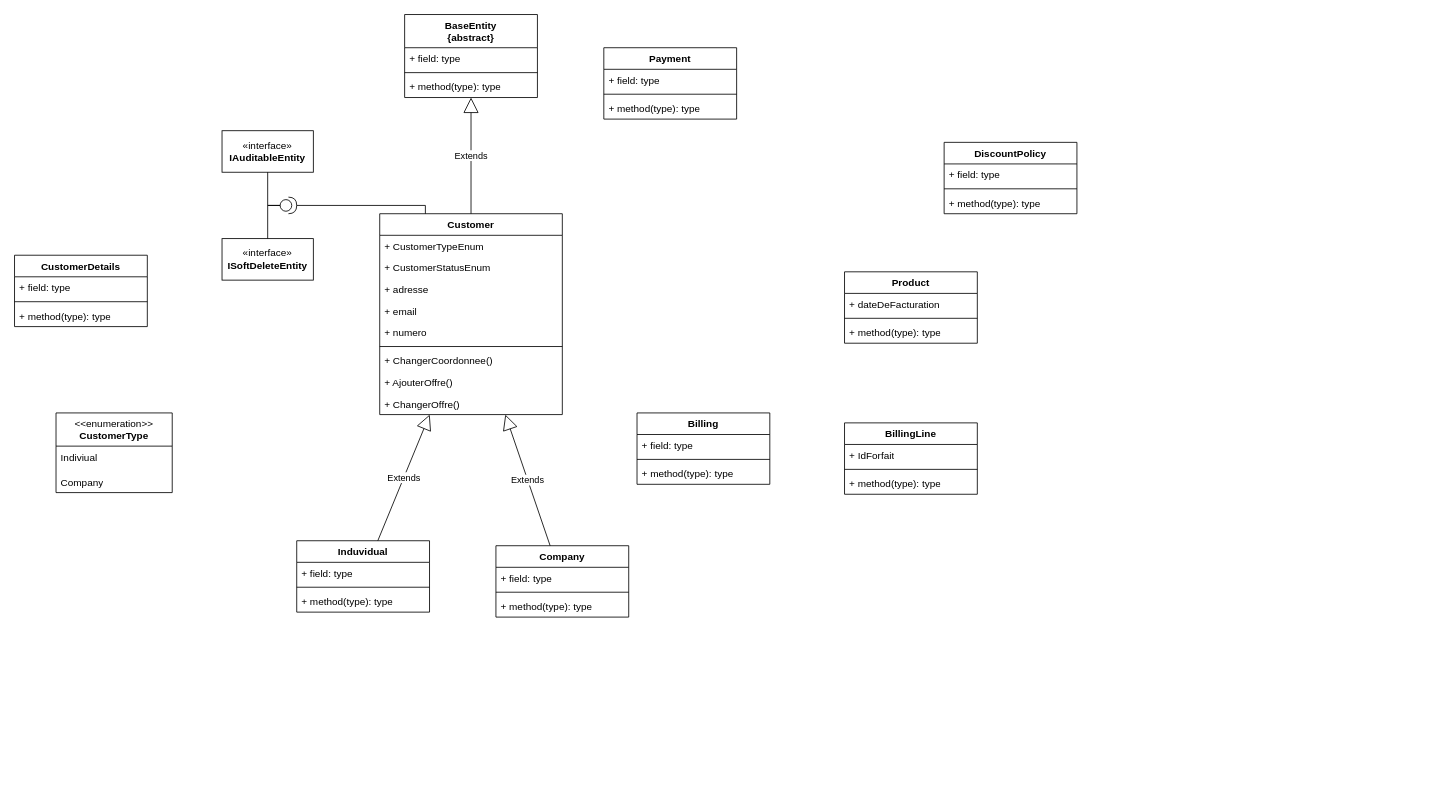
Before: page "Page-7" (7 of 7) of src/Diagrammes.drawio in Scholastien/MyApp, a draw.io diagram. Source tidied: cells renumbered, new cells numbered last; positions are measured from the earlier drawing's top-left corner, leaving out a move shared by most shapes. Both pictures are drawn from the tidied source at 83%, with x=0, y=0 at pixel (14, 14).
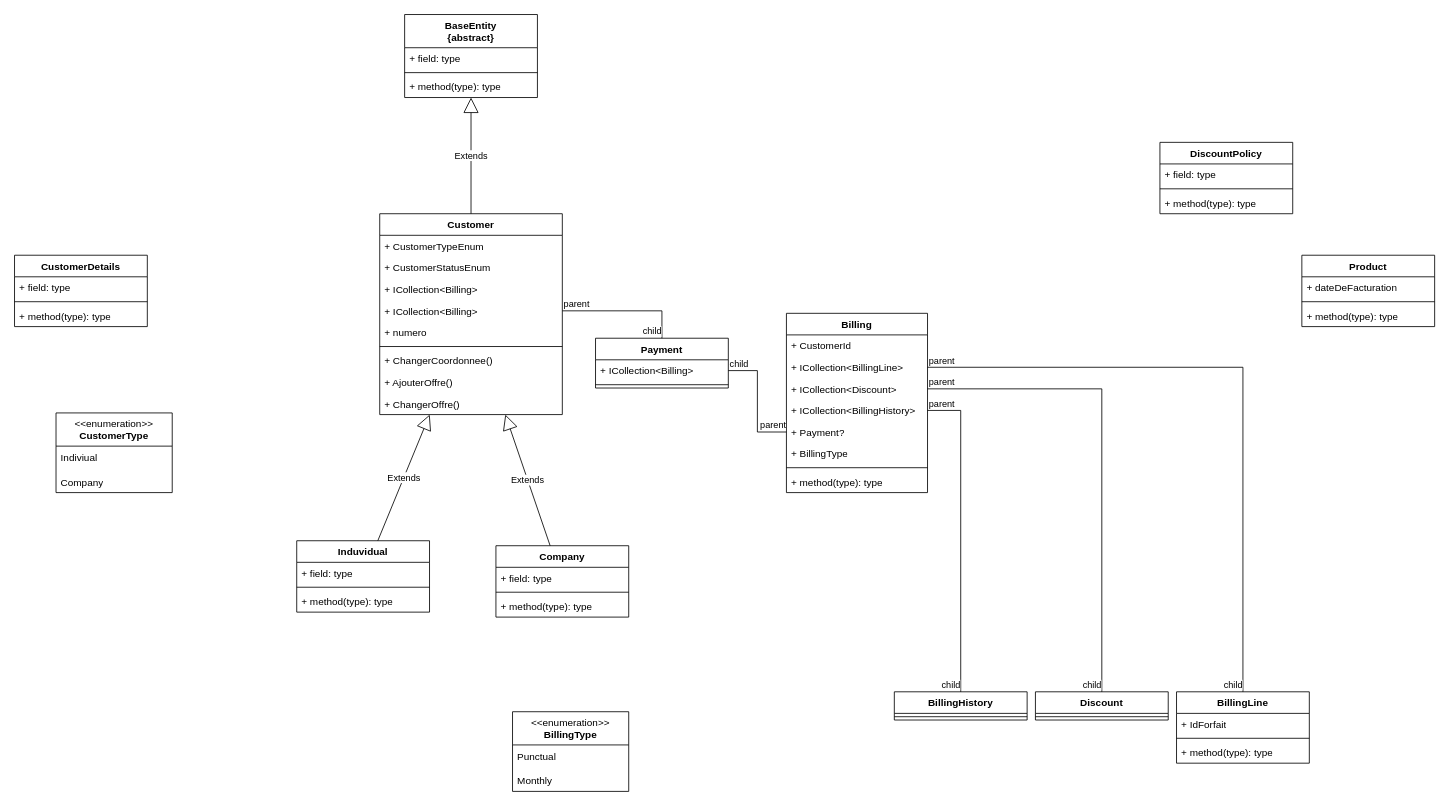
The same diagram, later.

The change refers to these unchanged cells:
```xml
<mxCell id="2" value="Customer" style="swimlane;fontStyle=1;align=center;verticalAlign=top;horizontal=1;startSize=26;whiteSpace=wrap;html=1;" parent="1" vertex="1">
  <mxGeometry x="440" y="240" width="220" height="242" as="geometry" />
</mxCell>
```

The edit, as a diff of the source:
```diff
@@
-    <mxCell id="5" value="+ adresse" style="text;strokeColor=none;fillColor=none;align=left;verticalAlign=top;spacingLeft=4;spacingRight=4;overflow=hidden;whiteSpace=wrap;html=1;" parent="2" vertex="1">
+    <mxCell id="5" value="+&amp;nbsp;ICollection&amp;lt;Billing&amp;gt;" style="text;strokeColor=none;fillColor=none;align=left;verticalAlign=top;spacingLeft=4;spacingRight=4;overflow=hidden;whiteSpace=wrap;html=1;" parent="2" vertex="1">
       <mxGeometry y="78" width="220" height="26" as="geometry" />
     </mxCell>
-    <mxCell id="6" value="+ email" style="text;strokeColor=none;fillColor=none;align=left;verticalAlign=top;spacingLeft=4;spacingRight=4;overflow=hidden;points=[[0,0.5],[1,0.5]];portConstraint=eastwest;whiteSpace=wrap;html=1;" parent="2" vertex="1">
+    <mxCell id="6" value="+&amp;nbsp;ICollection&amp;lt;Billing&amp;gt;" style="text;strokeColor=none;fillColor=none;align=left;verticalAlign=top;spacingLeft=4;spacingRight=4;overflow=hidden;points=[[0,0.5],[1,0.5]];portConstraint=eastwest;whiteSpace=wrap;html=1;" parent="2" vertex="1">
       <mxGeometry y="104" width="220" height="26" as="geometry" />
     </mxCell>
@@
     <mxCell id="12" value="BillingLine" style="swimlane;fontStyle=1;align=center;verticalAlign=top;horizontal=1;startSize=26;whiteSpace=wrap;html=1;" parent="1" vertex="1">
-      <mxGeometry x="1000" y="492" width="160" height="86" as="geometry" />
+      <mxGeometry x="1400" y="816" width="160" height="86" as="geometry" />
     </mxCell>
@@
     <mxCell id="16" value="Product" style="swimlane;fontStyle=1;align=center;verticalAlign=top;horizontal=1;startSize=26;whiteSpace=wrap;html=1;" parent="1" vertex="1">
-      <mxGeometry x="1000" y="310" width="160" height="86" as="geometry" />
+      <mxGeometry x="1551" y="290" width="160" height="86" as="geometry" />
     </mxCell>
@@
     <mxCell id="20" value="Payment" style="swimlane;fontStyle=1;align=center;verticalAlign=top;horizontal=1;startSize=26;whiteSpace=wrap;html=1;" parent="1" vertex="1">
-      <mxGeometry x="710" y="40" width="160" height="86" as="geometry" />
+      <mxGeometry x="700" y="390" width="160" height="60" as="geometry" />
     </mxCell>
-    <mxCell id="21" value="+ field: type" style="text;strokeColor=none;fillColor=none;align=left;verticalAlign=top;spacingLeft=4;spacingRight=4;overflow=hidden;whiteSpace=wrap;html=1;" parent="20" vertex="1">
-      <mxGeometry y="26" width="160" height="26" as="geometry" />
-    </mxCell>
+    <mxCell id="60" value="+&amp;nbsp;ICollection&amp;lt;Billing&amp;gt;" style="text;strokeColor=none;fillColor=none;align=left;verticalAlign=top;spacingLeft=4;spacingRight=4;overflow=hidden;points=[[0,0.5],[1,0.5]];portConstraint=eastwest;whiteSpace=wrap;html=1;" parent="20" vertex="1">
+      <mxGeometry y="26" width="160" height="26" as="geometry" />
+    </mxCell>
@@
-    <mxCell id="23" value="+ method(type): type" style="text;strokeColor=none;fillColor=none;align=left;verticalAlign=top;spacingLeft=4;spacingRight=4;overflow=hidden;whiteSpace=wrap;html=1;" parent="20" vertex="1">
-      <mxGeometry y="60" width="160" height="26" as="geometry" />
-    </mxCell>
     <mxCell id="24" value="DiscountPolicy" style="swimlane;fontStyle=1;align=center;verticalAlign=top;horizontal=1;startSize=26;whiteSpace=wrap;html=1;" parent="1" vertex="1">
-      <mxGeometry x="1120" y="154" width="160" height="86" as="geometry" />
+      <mxGeometry x="1380" y="154" width="160" height="86" as="geometry" />
     </mxCell>
@@
     <mxCell id="32" value="Billing" style="swimlane;fontStyle=1;align=center;verticalAlign=top;horizontal=1;startSize=26;whiteSpace=wrap;html=1;" parent="1" vertex="1">
-      <mxGeometry x="750" y="480" width="160" height="86" as="geometry" />
+      <mxGeometry x="930" y="360" width="170" height="216" as="geometry" />
     </mxCell>
-    <mxCell id="33" value="+ field: type" style="text;strokeColor=none;fillColor=none;align=left;verticalAlign=top;spacingLeft=4;spacingRight=4;overflow=hidden;whiteSpace=wrap;html=1;" parent="32" vertex="1">
-      <mxGeometry y="26" width="160" height="26" as="geometry" />
+    <mxCell id="33" value="+ CustomerId" style="text;strokeColor=none;fillColor=none;align=left;verticalAlign=top;spacingLeft=4;spacingRight=4;overflow=hidden;whiteSpace=wrap;html=1;" parent="32" vertex="1">
+      <mxGeometry y="26" width="170" height="26" as="geometry" />
     </mxCell>
+    <mxCell id="61" value="+&amp;nbsp;ICollection&amp;lt;BillingLine&amp;gt; " style="text;strokeColor=none;fillColor=none;align=left;verticalAlign=top;spacingLeft=4;spacingRight=4;overflow=hidden;points=[[0,0.5],[1,0.5]];portConstraint=eastwest;whiteSpace=wrap;html=1;" parent="32" vertex="1">
+      <mxGeometry y="52" width="170" height="26" as="geometry" />
+    </mxCell>
+    <mxCell id="62" value="+&amp;nbsp;ICollection&amp;lt;Discount&amp;gt;" style="text;strokeColor=none;fillColor=none;align=left;verticalAlign=top;spacingLeft=4;spacingRight=4;overflow=hidden;points=[[0,0.5],[1,0.5]];portConstraint=eastwest;whiteSpace=wrap;html=1;" parent="32" vertex="1">
+      <mxGeometry y="78" width="170" height="26" as="geometry" />
+    </mxCell>
+    <mxCell id="63" value="+&amp;nbsp;ICollection&amp;lt;BillingHistory&amp;gt;" style="text;strokeColor=none;fillColor=none;align=left;verticalAlign=top;spacingLeft=4;spacingRight=4;overflow=hidden;points=[[0,0.5],[1,0.5]];portConstraint=eastwest;whiteSpace=wrap;html=1;" parent="32" vertex="1">
+      <mxGeometry y="104" width="170" height="26" as="geometry" />
+    </mxCell>
+    <mxCell id="64" value="+ Payment?" style="text;strokeColor=none;fillColor=none;align=left;verticalAlign=top;spacingLeft=4;spacingRight=4;overflow=hidden;points=[[0,0.5],[1,0.5]];portConstraint=eastwest;whiteSpace=wrap;html=1;" parent="32" vertex="1">
+      <mxGeometry y="130" width="170" height="26" as="geometry" />
+    </mxCell>
+    <mxCell id="65" value="+ BillingType" style="text;strokeColor=none;fillColor=none;align=left;verticalAlign=top;spacingLeft=4;spacingRight=4;overflow=hidden;whiteSpace=wrap;html=1;" parent="32" vertex="1">
+      <mxGeometry y="156" width="170" height="26" as="geometry" />
+    </mxCell>
     <mxCell id="34" style="line;strokeWidth=1;fillColor=none;align=left;verticalAlign=middle;spacingTop=-1;spacingLeft=3;spacingRight=3;labelPosition=right;strokeColor=inherit;" parent="32" vertex="1">
-      <mxGeometry y="52" width="160" height="8" as="geometry" />
+      <mxGeometry y="182" width="170" height="8" as="geometry" />
     </mxCell>
     <mxCell id="35" value="+ method(type): type" style="text;strokeColor=none;fillColor=none;align=left;verticalAlign=top;spacingLeft=4;spacingRight=4;overflow=hidden;whiteSpace=wrap;html=1;" parent="32" vertex="1">
-      <mxGeometry y="60" width="160" height="26" as="geometry" />
+      <mxGeometry y="190" width="170" height="26" as="geometry" />
     </mxCell>
@@
-    <mxCell id="49" value="«interface»&lt;br&gt;&lt;b&gt;IAuditableEntity&lt;/b&gt;" style="html=1;whiteSpace=wrap;" parent="1" vertex="1">
-      <mxGeometry x="250" y="140" width="110" height="50" as="geometry" />
-    </mxCell>
-    <mxCell id="50" value="«interface»&lt;br&gt;&lt;b&gt;ISoftDeleteEntity&lt;/b&gt;" style="html=1;whiteSpace=wrap;" parent="1" vertex="1">
-      <mxGeometry x="250" y="270" width="110" height="50" as="geometry" />
-    </mxCell>
@@
-    <mxCell id="56" style="shape=providedRequiredInterface;html=1;verticalLabelPosition=bottom;sketch=0;" parent="1" vertex="1">
-      <mxGeometry x="320" y="220" width="20" height="20" as="geometry" />
-    </mxCell>
-    <mxCell id="57" style="endArrow=none;html=1;edgeStyle=orthogonalEdgeStyle;rounded=0;entryX=0;entryY=0.5;entryDx=0;entryDy=0;entryPerimeter=0;" parent="1" edge="1" source="49" target="56">
-      <mxGeometry relative="1" as="geometry" />
-    </mxCell>
-    <mxCell id="58" style="endArrow=none;html=1;edgeStyle=orthogonalEdgeStyle;rounded=0;exitX=1;exitY=0.5;exitDx=0;exitDy=0;exitPerimeter=0;entryX=0.25;entryY=0;entryDx=0;entryDy=0;" parent="1" edge="1" source="56" target="2">
-      <mxGeometry relative="1" as="geometry" />
-    </mxCell>
-    <mxCell id="59" style="endArrow=none;html=1;edgeStyle=orthogonalEdgeStyle;rounded=0;entryX=0;entryY=0.5;entryDx=0;entryDy=0;entryPerimeter=0;exitX=0.5;exitY=0;exitDx=0;exitDy=0;" parent="1" edge="1" source="50" target="56">
-      <mxGeometry relative="1" as="geometry" />
-    </mxCell>
+    <mxCell id="66" value="&amp;lt;&amp;lt;enumeration&amp;gt;&amp;gt;&lt;br&gt;&lt;b&gt;BillingType&lt;/b&gt;" style="swimlane;fontStyle=0;align=center;verticalAlign=top;horizontal=1;startSize=40;html=1;whiteSpace=wrap;" parent="1" vertex="1">
+      <mxGeometry x="600" y="840" width="140" height="96" as="geometry" />
+    </mxCell>
+    <mxCell id="67" value="Punctual" style="text;html=1;strokeColor=none;fillColor=none;align=left;verticalAlign=middle;spacingLeft=4;spacingRight=4;overflow=hidden;whiteSpace=wrap;" parent="66" vertex="1">
+      <mxGeometry y="40" width="140" height="30" as="geometry" />
+    </mxCell>
+    <mxCell id="68" value="Monthly" style="text;strokeColor=none;fillColor=none;align=left;verticalAlign=top;spacingLeft=4;spacingRight=4;overflow=hidden;whiteSpace=wrap;html=1;" parent="66" vertex="1">
+      <mxGeometry y="70" width="140" height="26" as="geometry" />
+    </mxCell>
+    <mxCell id="69" value="BillingHistory" style="swimlane;fontStyle=1;align=center;verticalAlign=top;horizontal=1;startSize=26;whiteSpace=wrap;html=1;" parent="1" vertex="1">
+      <mxGeometry x="1060" y="816" width="160" height="34" as="geometry" />
+    </mxCell>
+    <mxCell id="70" style="line;strokeWidth=1;fillColor=none;align=left;verticalAlign=middle;spacingTop=-1;spacingLeft=3;spacingRight=3;labelPosition=right;strokeColor=inherit;" parent="69" vertex="1">
+      <mxGeometry y="26" width="160" height="8" as="geometry" />
+    </mxCell>
+    <mxCell id="71" style="endArrow=none;html=1;edgeStyle=orthogonalEdgeStyle;rounded=0;" parent="1" edge="1" source="63" target="69">
+      <mxGeometry relative="1" as="geometry" />
+    </mxCell>
+    <mxCell id="72" value="parent" style="edgeLabel;html=1;align=left;verticalAlign=bottom;" parent="71" vertex="1">
+      <mxGeometry x="-1" relative="1" as="geometry" />
+    </mxCell>
+    <mxCell id="73" value="child" style="edgeLabel;html=1;align=right;verticalAlign=bottom;" parent="71" vertex="1">
+      <mxGeometry x="1" relative="1" as="geometry" />
+    </mxCell>
+    <mxCell id="74" style="endArrow=none;html=1;edgeStyle=orthogonalEdgeStyle;rounded=0;" parent="1" edge="1" source="61" target="12">
+      <mxGeometry relative="1" as="geometry" />
+    </mxCell>
+    <mxCell id="75" value="parent" style="edgeLabel;html=1;align=left;verticalAlign=bottom;" parent="74" vertex="1">
+      <mxGeometry x="-1" relative="1" as="geometry" />
+    </mxCell>
+    <mxCell id="76" value="child" style="edgeLabel;html=1;align=right;verticalAlign=bottom;" parent="74" vertex="1">
+      <mxGeometry x="1" relative="1" as="geometry" />
+    </mxCell>
+    <mxCell id="77" value="Discount" style="swimlane;fontStyle=1;align=center;verticalAlign=top;horizontal=1;startSize=26;whiteSpace=wrap;html=1;" parent="1" vertex="1">
+      <mxGeometry x="1230" y="816" width="160" height="34" as="geometry" />
+    </mxCell>
+    <mxCell id="78" style="line;strokeWidth=1;fillColor=none;align=left;verticalAlign=middle;spacingTop=-1;spacingLeft=3;spacingRight=3;labelPosition=right;strokeColor=inherit;" parent="77" vertex="1">
+      <mxGeometry y="26" width="160" height="8" as="geometry" />
+    </mxCell>
+    <mxCell id="79" style="endArrow=none;html=1;edgeStyle=orthogonalEdgeStyle;rounded=0;" parent="1" edge="1" source="62" target="77">
+      <mxGeometry relative="1" as="geometry" />
+    </mxCell>
+    <mxCell id="80" value="parent" style="edgeLabel;html=1;align=left;verticalAlign=bottom;" parent="79" vertex="1">
+      <mxGeometry x="-1" relative="1" as="geometry" />
+    </mxCell>
+    <mxCell id="81" value="child" style="edgeLabel;html=1;align=right;verticalAlign=bottom;" parent="79" vertex="1">
+      <mxGeometry x="1" relative="1" as="geometry" />
+    </mxCell>
+    <mxCell id="82" style="endArrow=none;html=1;edgeStyle=orthogonalEdgeStyle;rounded=0;" parent="1" edge="1" source="6" target="20">
+      <mxGeometry relative="1" as="geometry" />
+    </mxCell>
+    <mxCell id="83" value="parent" style="edgeLabel;html=1;align=left;verticalAlign=bottom;" parent="82" vertex="1">
+      <mxGeometry x="-1" relative="1" as="geometry" />
+    </mxCell>
+    <mxCell id="84" value="child" style="edgeLabel;html=1;align=right;verticalAlign=bottom;" parent="82" vertex="1">
+      <mxGeometry x="1" relative="1" as="geometry" />
+    </mxCell>
+    <mxCell id="85" style="endArrow=none;html=1;edgeStyle=orthogonalEdgeStyle;rounded=0;" parent="1" edge="1" source="64" target="60">
+      <mxGeometry relative="1" as="geometry" />
+    </mxCell>
+    <mxCell id="86" value="parent" style="edgeLabel;html=1;align=right;verticalAlign=bottom;" parent="85" vertex="1">
+      <mxGeometry x="-1" relative="1" as="geometry" />
+    </mxCell>
+    <mxCell id="87" value="child" style="edgeLabel;html=1;align=left;verticalAlign=bottom;" parent="85" vertex="1">
+      <mxGeometry x="1" relative="1" as="geometry" />
+    </mxCell>
```
